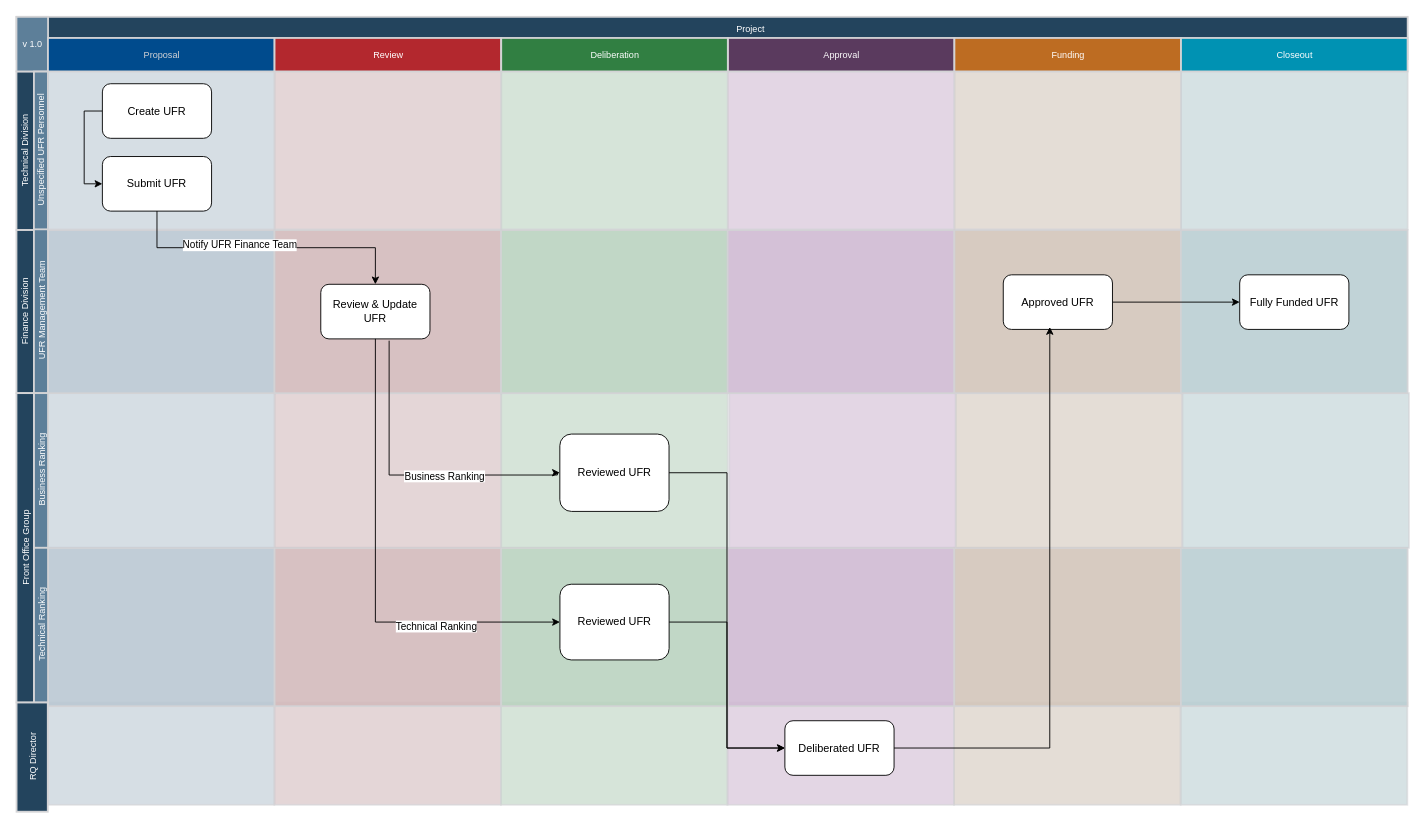
mmister411/afrl keeps this draw.io diagram as drawio/UFR_Process.drawio. Above is the earlier version. Source tidied: cells renumbered, new cells numbered last; positions are measured from the earlier drawing's top-left corner, leaving out a move shared by most shapes. Both pictures are drawn from the tidied source at 91%, with x=0, y=0 at pixel (16, 16).
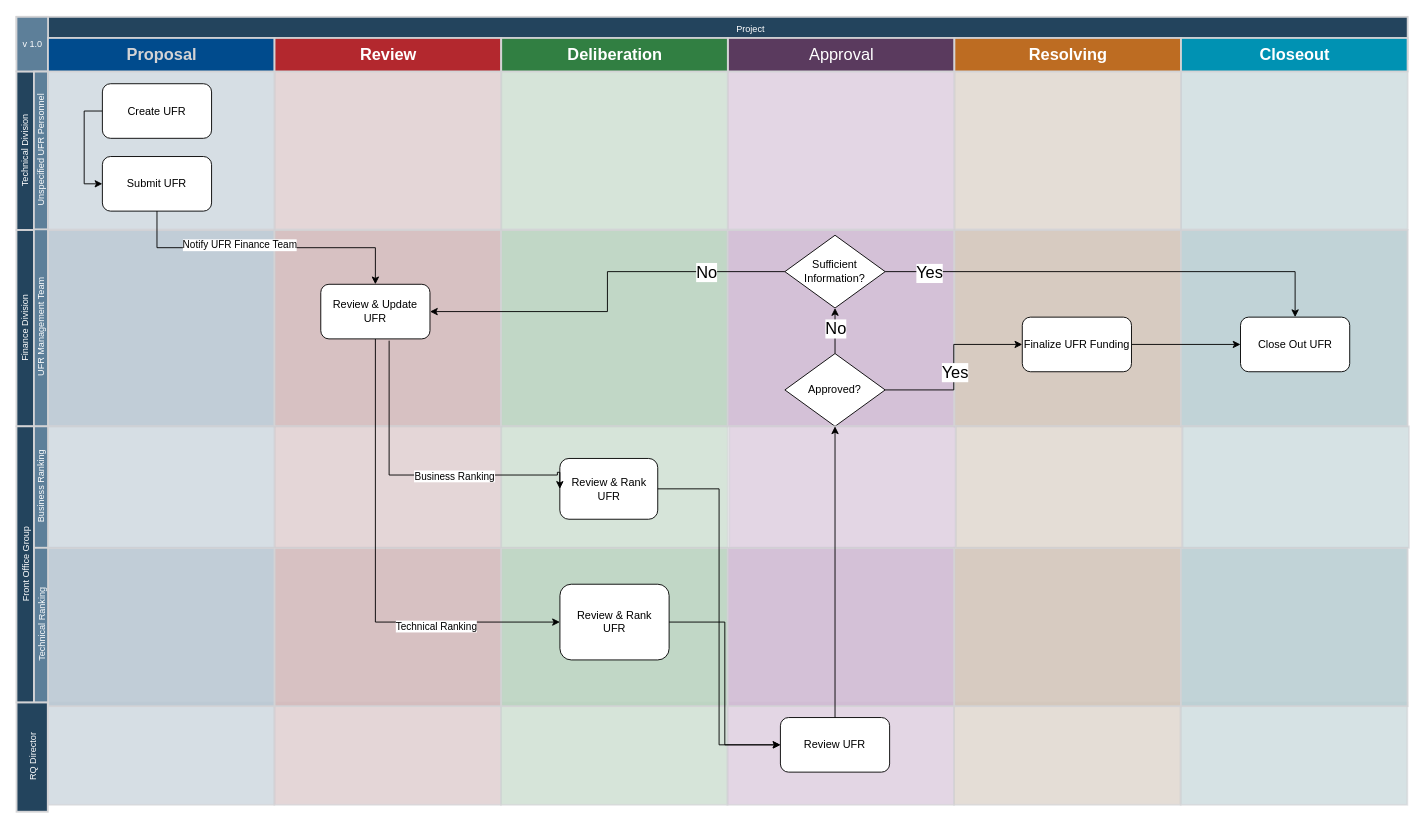
The same page after the edit.

Unchanged cells that the change refers to:
```xml
<mxCell id="9" style="group;" parent="1" vertex="1">
  <mxGeometry x="34.3" y="583.5" width="1494" height="174" as="geometry" />
</mxCell>
```

The edit, as a diff of the source:
```diff
@@
+    <mxCell id="75" style="group;" parent="1" vertex="1">
+      <mxGeometry x="34.2" y="234.3" width="1494.1" height="215.7" as="geometry" />
+    </mxCell>
+    <mxCell id="26" style="strokeColor=#d3d3d5;fillColor=#bbc8d3;fontSize=10;strokeWidth=2;fontFamily=Helvetica;html=1;opacity=90;" parent="75" vertex="1">
+      <mxGeometry width="249" height="215.7" as="geometry" />
+    </mxCell>
+    <mxCell id="27" style="strokeColor=#d3d3d5;fillColor=#d3bbbc;fontSize=10;strokeWidth=2;fontFamily=Helvetica;html=1;opacity=90;" parent="75" vertex="1">
+      <mxGeometry x="249" width="249" height="215.7" as="geometry" />
+    </mxCell>
+    <mxCell id="28" style="strokeColor=#d3d3d5;fillColor=#bbd3c0;fontSize=10;strokeWidth=2;fontFamily=Helvetica;html=1;opacity=90;" parent="75" vertex="1">
+      <mxGeometry x="498" width="249" height="215.7" as="geometry" />
+    </mxCell>
+    <mxCell id="29" style="strokeColor=#d3d3d5;fillColor=#d0bbd3;fontSize=10;strokeWidth=2;fontFamily=Helvetica;html=1;opacity=90;" parent="75" vertex="1">
+      <mxGeometry x="747" width="249" height="215.7" as="geometry" />
+    </mxCell>
+    <mxCell id="30" style="strokeColor=#d3d3d5;fillColor=#d3c6bb;fontSize=10;strokeWidth=2;fontFamily=Helvetica;html=1;opacity=90;" parent="75" vertex="1">
+      <mxGeometry x="996.1" width="249" height="215.7" as="geometry" />
+    </mxCell>
+    <mxCell id="31" style="strokeColor=#d3d3d5;fillColor=#bbcfd3;fontSize=10;strokeWidth=2;fontFamily=Helvetica;html=1;opacity=90;" parent="75" vertex="1">
+      <mxGeometry x="1245.1" width="249" height="215.7" as="geometry" />
+    </mxCell>
+    <mxCell id="76" style="edgeStyle=orthogonalEdgeStyle;rounded=0;jettySize=auto;html=1;exitX=0.5;exitY=0;exitDx=0;exitDy=0;" parent="75" edge="1" source="78" target="79">
+      <mxGeometry relative="1" as="geometry" />
+    </mxCell>
+    <mxCell id="77" value="&lt;font style=&quot;font-size: 18px;&quot;&gt;No&lt;/font&gt;" style="edgeLabel;html=1;align=center;verticalAlign=middle;" parent="76" vertex="1">
+      <mxGeometry x="0.2" y="2" relative="1" as="geometry">
+        <mxPoint x="2" y="2" as="offset" />
+      </mxGeometry>
+    </mxCell>
+    <mxCell id="78" value="Approved?" style="rhombus;whiteSpace=wrap;html=1;" parent="75" vertex="1">
+      <mxGeometry x="809.8" y="135.7" width="110.2" height="80" as="geometry" />
+    </mxCell>
+    <mxCell id="79" value="Sufficient Information?" style="rhombus;whiteSpace=wrap;html=1;" parent="75" vertex="1">
+      <mxGeometry x="809.8" y="5.7" width="110.2" height="80" as="geometry" />
+    </mxCell>
     <mxCell id="2" style="group;" parent="1" vertex="1">
-      <mxGeometry x="34" y="753.5" width="1494" height="112.4" as="geometry" />
+      <mxGeometry x="34" y="753.5" width="1494" height="124.8" as="geometry" />
     </mxCell>
@@
+    <mxCell id="36" style="group;" parent="2" vertex="1">
+      <mxGeometry x="-10" y="5.5" width="1494" height="120.9" as="geometry" />
+    </mxCell>
+    <mxCell id="37" value="Review UFR" style="rounded=1;whiteSpace=wrap;html=1;" parent="36" vertex="1">
+      <mxGeometry x="815.1" y="11" width="120" height="60" as="geometry" />
+    </mxCell>
@@
-    <mxCell id="16" value="Reviewed UFR" style="rounded=1;whiteSpace=wrap;html=1;" parent="9" vertex="1">
+    <mxCell id="16" value="Review &amp;amp; Rank&lt;div&gt;UFR&lt;/div&gt;" style="rounded=1;whiteSpace=wrap;html=1;" parent="9" vertex="1">
       <mxGeometry x="562.5" y="40" width="120" height="83.2" as="geometry" />
     </mxCell>
     <mxCell id="17" style="group;" parent="1" vertex="1">
-      <mxGeometry x="34.3" y="413.5" width="1495.5" height="170" as="geometry" />
+      <mxGeometry x="34.3" y="450" width="1495.5" height="133.5" as="geometry" />
     </mxCell>
     <mxCell id="18" style="strokeColor=#d3d3d5;fillColor=#bbc8d3;fontSize=10;strokeWidth=2;fontFamily=Helvetica;html=1;opacity=60;" parent="17" vertex="1">
-      <mxGeometry width="249" height="170" as="geometry" />
+      <mxGeometry width="249" height="133.5" as="geometry" />
     </mxCell>
     <mxCell id="19" style="strokeColor=#d3d3d5;fillColor=#d3bbbc;fontSize=10;strokeWidth=2;fontFamily=Helvetica;html=1;opacity=60;fontStyle=4;" parent="17" vertex="1">
-      <mxGeometry x="248.9" width="249" height="170" as="geometry" />
+      <mxGeometry x="248.9" width="249" height="133.5" as="geometry" />
     </mxCell>
     <mxCell id="20" style="strokeColor=#d3d3d5;fillColor=#bbd3c0;fontSize=10;strokeWidth=2;fontFamily=Helvetica;html=1;opacity=60;fontStyle=4;" parent="17" vertex="1">
-      <mxGeometry x="497.9" width="249" height="170" as="geometry" />
+      <mxGeometry x="497.9" width="249" height="133.5" as="geometry" />
     </mxCell>
     <mxCell id="21" style="strokeColor=#d3d3d5;fillColor=#d0bbd3;fontSize=10;strokeWidth=2;fontFamily=Helvetica;html=1;opacity=60;" parent="17" vertex="1">
-      <mxGeometry x="748.5" width="249" height="170" as="geometry" />
+      <mxGeometry x="748.5" width="249" height="133.5" as="geometry" />
     </mxCell>
     <mxCell id="22" style="strokeColor=#d3d3d5;fillColor=#d3c6bb;fontSize=10;strokeWidth=2;fontFamily=Helvetica;html=1;opacity=60;fontStyle=4;" parent="17" vertex="1">
-      <mxGeometry x="997.5" width="249" height="170" as="geometry" />
+      <mxGeometry x="997.5" width="249" height="133.5" as="geometry" />
     </mxCell>
     <mxCell id="23" style="strokeColor=#d3d3d5;fillColor=#bbcfd3;fontSize=10;strokeWidth=2;fontFamily=Helvetica;html=1;opacity=60;fontStyle=4;" parent="17" vertex="1">
-      <mxGeometry x="1246.5" width="249" height="170" as="geometry" />
+      <mxGeometry x="1246.5" width="249" height="133.5" as="geometry" />
     </mxCell>
-    <mxCell id="24" value="Reviewed UFR" style="rounded=1;whiteSpace=wrap;html=1;" parent="17" vertex="1">
-      <mxGeometry x="562.4" y="45" width="120" height="85" as="geometry" />
+    <mxCell id="24" value="Review &amp;amp; Rank UFR" style="rounded=1;whiteSpace=wrap;html=1;" parent="17" vertex="1">
+      <mxGeometry x="562.4" y="35.3" width="107.6" height="66.8" as="geometry" />
     </mxCell>
-    <mxCell id="25" style="group;" parent="1" vertex="1">
-      <mxGeometry x="34.2" y="234.3" width="1494.1" height="179.2" as="geometry" />
-    </mxCell>
-    <mxCell id="26" style="strokeColor=#d3d3d5;fillColor=#bbc8d3;fontSize=10;strokeWidth=2;fontFamily=Helvetica;html=1;opacity=90;" parent="25" vertex="1">
-      <mxGeometry width="249" height="179.2" as="geometry" />
-    </mxCell>
-    <mxCell id="27" style="strokeColor=#d3d3d5;fillColor=#d3bbbc;fontSize=10;strokeWidth=2;fontFamily=Helvetica;html=1;opacity=90;" parent="25" vertex="1">
-      <mxGeometry x="249" width="249" height="179.2" as="geometry" />
-    </mxCell>
-    <mxCell id="28" style="strokeColor=#d3d3d5;fillColor=#bbd3c0;fontSize=10;strokeWidth=2;fontFamily=Helvetica;html=1;opacity=90;" parent="25" vertex="1">
-      <mxGeometry x="498" width="249" height="179.2" as="geometry" />
-    </mxCell>
-    <mxCell id="29" style="strokeColor=#d3d3d5;fillColor=#d0bbd3;fontSize=10;strokeWidth=2;fontFamily=Helvetica;html=1;opacity=90;" parent="25" vertex="1">
-      <mxGeometry x="747" width="249" height="179.2" as="geometry" />
-    </mxCell>
-    <mxCell id="30" style="strokeColor=#d3d3d5;fillColor=#d3c6bb;fontSize=10;strokeWidth=2;fontFamily=Helvetica;html=1;opacity=90;" parent="25" vertex="1">
-      <mxGeometry x="996.1" width="249" height="179.2" as="geometry" />
-    </mxCell>
-    <mxCell id="31" style="strokeColor=#d3d3d5;fillColor=#bbcfd3;fontSize=10;strokeWidth=2;fontFamily=Helvetica;html=1;opacity=90;" parent="25" vertex="1">
-      <mxGeometry x="1245.1" width="249" height="179.2" as="geometry" />
-    </mxCell>
-    <mxCell id="32" value="Review &amp;amp; Update&lt;div&gt;UFR&lt;/div&gt;" style="rounded=1;whiteSpace=wrap;html=1;" parent="25" vertex="1">
-      <mxGeometry x="299.8" y="59.6" width="120" height="60" as="geometry" />
-    </mxCell>
-    <mxCell id="33" style="edgeStyle=orthogonalEdgeStyle;rounded=0;jettySize=auto;html=1;exitX=1;exitY=0.5;exitDx=0;exitDy=0;" parent="25" edge="1" source="34" target="35">
-      <mxGeometry relative="1" as="geometry" />
-    </mxCell>
-    <mxCell id="34" value="Approved UFR" style="rounded=1;whiteSpace=wrap;html=1;" parent="25" vertex="1">
-      <mxGeometry x="1049.8" y="49.2" width="120" height="60" as="geometry" />
-    </mxCell>
-    <mxCell id="35" value="Fully Funded UFR" style="rounded=1;whiteSpace=wrap;html=1;" parent="25" vertex="1">
-      <mxGeometry x="1309.6" y="49.2" width="120" height="60" as="geometry" />
-    </mxCell>
-    <mxCell id="36" style="group;" parent="1" vertex="1">
-      <mxGeometry x="34.3" y="753.5" width="1494" height="120.9" as="geometry" />
-    </mxCell>
-    <mxCell id="37" value="Deliberated UFR" style="rounded=1;whiteSpace=wrap;html=1;" parent="36" vertex="1">
-      <mxGeometry x="809.7" y="20" width="120" height="60" as="geometry" />
-    </mxCell>
@@
     <mxCell id="42" value="Finance Division" style="strokeColor=#d3d3d5;fillColor=#23445D;fontSize=10;strokeWidth=2;horizontal=0;fontFamily=Helvetica;html=1;fontColor=#FFFFFF;fontStyle=0;" parent="1" vertex="1">
-      <mxGeometry x="-0.4" y="234.3" width="19.2" height="179.2" as="geometry" />
+      <mxGeometry x="-0.4" y="234.3" width="19.2" height="215.7" as="geometry" />
     </mxCell>
     <mxCell id="43" value="UFR Management Team" style="strokeColor=#d3d3d5;fillColor=#5d7f99;fontSize=10;strokeWidth=2;horizontal=0;fontFamily=Helvetica;html=1;labelBackgroundColor=none;fontColor=#FFFFFF;" parent="1" vertex="1">
-      <mxGeometry x="18.8" y="233.5" width="15.4" height="180" as="geometry" />
+      <mxGeometry x="18.8" y="233.5" width="15.4" height="216.5" as="geometry" />
     </mxCell>
     <mxCell id="44" value="Front Office Group" style="strokeColor=#d3d3d5;fillColor=#23445D;fontSize=10;strokeWidth=2;horizontal=0;fontFamily=Helvetica;html=1;fontColor=#FFFFFF;fontStyle=0;" parent="1" vertex="1">
-      <mxGeometry x="-0.4" y="413.5" width="19.2" height="340" as="geometry" />
+      <mxGeometry x="-0.4" y="450" width="19.2" height="303.5" as="geometry" />
     </mxCell>
     <mxCell id="45" value="Business Ranking" style="strokeColor=#d3d3d5;fillColor=#5d7f99;fontSize=10;strokeWidth=2;horizontal=0;fontFamily=Helvetica;html=1;labelBackgroundColor=none;fontColor=#FFFFFF;" parent="1" vertex="1">
-      <mxGeometry x="18.9" y="413.5" width="15.4" height="170" as="geometry" />
+      <mxGeometry x="18.9" y="450" width="15.4" height="133.5" as="geometry" />
     </mxCell>
@@
-    <mxCell id="63" style="edgeStyle=orthogonalEdgeStyle;rounded=0;jettySize=auto;html=1;exitX=1;exitY=0.5;exitDx=0;exitDy=0;entryX=0.426;entryY=0.956;entryDx=0;entryDy=0;entryPerimeter=0;" parent="1" edge="1" source="37" target="34">
-      <mxGeometry relative="1" as="geometry" />
-    </mxCell>
@@
-    <mxCell id="68" style="group;fontSize=10;strokeColor=#5a3a5e;" parent="1" vertex="1">
+    <mxCell id="68" style="group;fontSize=10;strokeColor=#5a3a5e;fontStyle=1;" parent="1" vertex="1">
       <mxGeometry x="781.3" y="23.2" width="249" height="36.8" as="geometry" />
     </mxCell>
-    <mxCell id="69" value="Approval" style="strokeColor=#d3d3d5;fillColor=#5a3a5e;fontSize=10;strokeWidth=2;fontFamily=Helvetica;html=1;labelBackgroundColor=none;fontColor=#FFFFFF;" parent="68" vertex="1">
+    <mxCell id="69" value="Approval" style="strokeColor=#d3d3d5;fillColor=#5a3a5e;fontSize=18;strokeWidth=2;fontFamily=Helvetica;html=1;labelBackgroundColor=none;fontColor=#FFFFFF;" parent="68" vertex="1">
       <mxGeometry width="249" height="36.8" as="geometry" />
     </mxCell>
-    <mxCell id="70" value="Funding" style="strokeColor=#d3d3d5;fillColor=#BD6C22;fontSize=10;strokeWidth=2;fontFamily=Helvetica;html=1;labelBackgroundColor=none;fontColor=#FFFFFF;" parent="68" vertex="1">
+    <mxCell id="70" value="Resolving" style="strokeColor=#d3d3d5;fillColor=#BD6C22;fontSize=18;strokeWidth=2;fontFamily=Helvetica;html=1;labelBackgroundColor=none;fontColor=#FFFFFF;fontStyle=1;" parent="68" vertex="1">
       <mxGeometry x="249" width="249" height="36.8" as="geometry" />
     </mxCell>
-    <mxCell id="71" value="Closeout" style="strokeColor=#d3d3d5;fillColor=#0092b3;fontSize=10;strokeWidth=2;fontFamily=Helvetica;html=1;labelBackgroundColor=none;fontColor=#FFFFFF;" parent="68" vertex="1">
+    <mxCell id="71" value="Closeout" style="strokeColor=#d3d3d5;fillColor=#0092b3;fontSize=18;strokeWidth=2;fontFamily=Helvetica;html=1;labelBackgroundColor=none;fontColor=#FFFFFF;fontStyle=1;" parent="68" vertex="1">
       <mxGeometry x="498" width="249" height="36.8" as="geometry" />
     </mxCell>
-    <mxCell id="72" value="Proposal" style="strokeColor=#d3d3d5;fillColor=#004b8d;fontSize=10;strokeWidth=2;fontFamily=Helvetica;html=1;labelBackgroundColor=none;fontColor=#d3d3d5;" parent="1" vertex="1">
+    <mxCell id="72" value="Proposal" style="strokeColor=#d3d3d5;fillColor=#004b8d;fontSize=18;strokeWidth=2;fontFamily=Helvetica;html=1;labelBackgroundColor=none;fontColor=#d3d3d5;fontStyle=1;" parent="1" vertex="1">
       <mxGeometry x="34.2" y="23.2" width="249" height="36.8" as="geometry" />
     </mxCell>
-    <mxCell id="73" value="Review" style="strokeColor=#d3d3d5;fillColor=#b3282e;fontSize=10;strokeWidth=2;fontFamily=Helvetica;html=1;labelBackgroundColor=none;fontColor=#FFFFFF;" parent="1" vertex="1">
+    <mxCell id="73" value="Review" style="strokeColor=#d3d3d5;fillColor=#b3282e;fontSize=18;strokeWidth=2;fontFamily=Helvetica;html=1;labelBackgroundColor=none;fontColor=#FFFFFF;fontStyle=1;" parent="1" vertex="1">
       <mxGeometry x="283.2" y="23.2" width="249" height="36.8" as="geometry" />
     </mxCell>
-    <mxCell id="74" value="Deliberation" style="strokeColor=#d3d3d5;fillColor=#317f42;fontSize=10;strokeWidth=2;fontFamily=Helvetica;html=1;labelBackgroundColor=none;fontColor=#FFFFFF;" parent="1" vertex="1">
+    <mxCell id="74" value="Deliberation" style="strokeColor=#d3d3d5;fillColor=#317f42;fontSize=18;strokeWidth=2;fontFamily=Helvetica;html=1;labelBackgroundColor=none;fontColor=#FFFFFF;fontStyle=1;" parent="1" vertex="1">
       <mxGeometry x="532.3" y="23.2" width="249" height="36.8" as="geometry" />
     </mxCell>
+    <mxCell id="80" style="edgeStyle=orthogonalEdgeStyle;rounded=0;jettySize=auto;html=1;exitX=0.5;exitY=0;exitDx=0;exitDy=0;entryX=0.5;entryY=1;entryDx=0;entryDy=0;" parent="1" edge="1" source="37" target="78">
+      <mxGeometry relative="1" as="geometry" />
+    </mxCell>
+    <mxCell id="32" value="Review &amp;amp; Update&lt;div&gt;UFR&lt;/div&gt;" style="rounded=1;whiteSpace=wrap;html=1;" parent="1" vertex="1">
+      <mxGeometry x="334" y="293.9" width="120" height="60" as="geometry" />
+    </mxCell>
+    <mxCell id="33" style="edgeStyle=orthogonalEdgeStyle;rounded=0;jettySize=auto;html=1;exitX=1;exitY=0.5;exitDx=0;exitDy=0;" parent="1" edge="1" source="34" target="35">
+      <mxGeometry relative="1" as="geometry" />
+    </mxCell>
+    <mxCell id="34" value="Finalize UFR Funding" style="rounded=1;whiteSpace=wrap;html=1;" parent="1" vertex="1">
+      <mxGeometry x="1104.9" y="330" width="120" height="60" as="geometry" />
+    </mxCell>
+    <mxCell id="35" value="Close Out UFR" style="rounded=1;whiteSpace=wrap;html=1;" parent="1" vertex="1">
+      <mxGeometry x="1344.7" y="330" width="120" height="60" as="geometry" />
+    </mxCell>
+    <mxCell id="81" style="edgeStyle=orthogonalEdgeStyle;rounded=0;jettySize=auto;html=1;exitX=0;exitY=0.5;exitDx=0;exitDy=0;entryX=1;entryY=0.5;entryDx=0;entryDy=0;" parent="1" edge="1" source="79" target="32">
+      <mxGeometry relative="1" as="geometry" />
+    </mxCell>
+    <mxCell id="82" value="No" style="edgeLabel;html=1;align=center;verticalAlign=middle;fontSize=18;" parent="81" vertex="1">
+      <mxGeometry x="-0.67" y="1" relative="1" as="geometry">
+        <mxPoint x="-15" y="-1" as="offset" />
+      </mxGeometry>
+    </mxCell>
+    <mxCell id="63" style="edgeStyle=orthogonalEdgeStyle;rounded=0;jettySize=auto;html=1;exitX=1;exitY=0.5;exitDx=0;exitDy=0;entryX=0;entryY=0.5;entryDx=0;entryDy=0;" parent="1" edge="1" source="78" target="34">
+      <mxGeometry relative="1" as="geometry" />
+    </mxCell>
+    <mxCell id="83" value="Yes" style="edgeLabel;html=1;align=center;verticalAlign=middle;fontSize=18;" parent="63" vertex="1">
+      <mxGeometry x="-0.69" y="-1" relative="1" as="geometry">
+        <mxPoint x="45" y="-21" as="offset" />
+      </mxGeometry>
+    </mxCell>
+    <mxCell id="84" style="edgeStyle=orthogonalEdgeStyle;rounded=0;jettySize=auto;html=1;exitX=1;exitY=0.5;exitDx=0;exitDy=0;entryX=0.5;entryY=0;entryDx=0;entryDy=0;" parent="1" edge="1" source="79" target="35">
+      <mxGeometry relative="1" as="geometry" />
+    </mxCell>
+    <mxCell id="85" value="&lt;font style=&quot;font-size: 18px;&quot;&gt;Yes&lt;/font&gt;" style="edgeLabel;html=1;align=center;verticalAlign=middle;" parent="84" vertex="1">
+      <mxGeometry x="-0.81" y="-1" relative="1" as="geometry" />
+    </mxCell>
```
